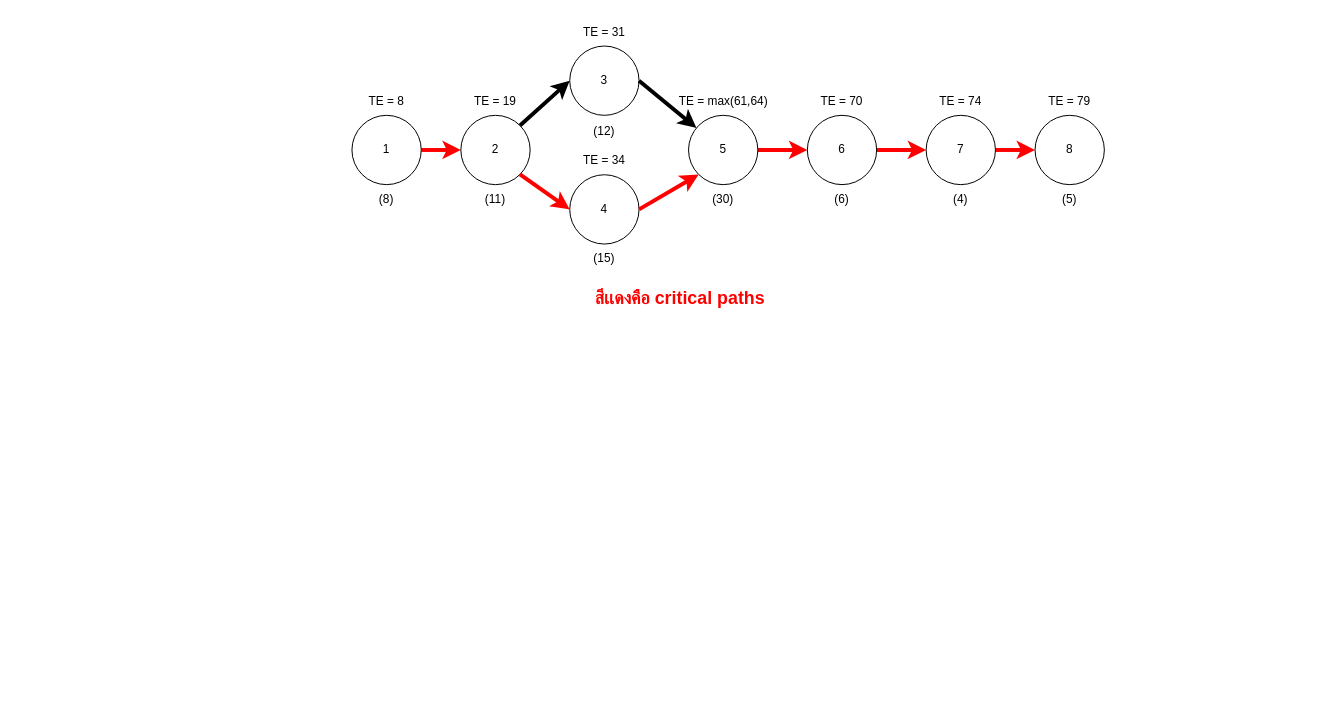
This is page "Activity Diagram" (7 of 9) of DFD.drawio from jarawin/carcare, a draw.io file, before an edit. Source tidied: cells renumbered, new cells numbered last; positions are measured from the earlier drawing's top-left corner, leaving out a move shared by most shapes. Both pictures are drawn from the tidied source at 99%, with x=0, y=0 at pixel (351, 17).
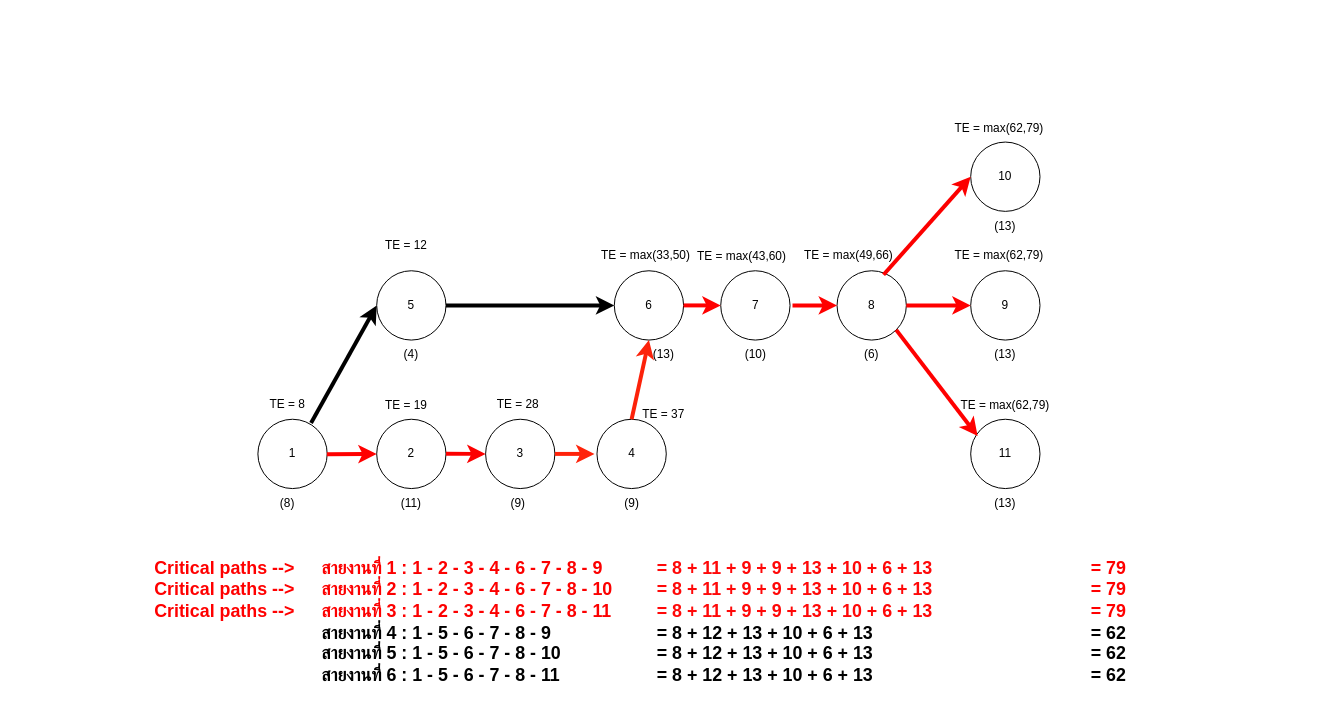
Above is the later version.

The edit, as a diff of the source:
```diff
@@
-    <mxCell id="2" style="edgeStyle=orthogonalEdgeStyle;rounded=0;jettySize=auto;html=1;entryX=0;entryY=0.5;entryDx=0;entryDy=0;strokeColor=#FF0000;strokeWidth=4;" parent="1" edge="1" source="3" target="4">
-      <mxGeometry relative="1" as="geometry" />
-    </mxCell>
     <mxCell id="3" value="1" style="ellipse;whiteSpace=wrap;html=1;" parent="1" vertex="1">
-      <mxGeometry y="99" width="70" height="70" as="geometry" />
+      <mxGeometry x="-95" y="406" width="70" height="70" as="geometry" />
     </mxCell>
     <mxCell id="4" value="2" style="ellipse;whiteSpace=wrap;html=1;" parent="1" vertex="1">
-      <mxGeometry x="110" y="99" width="70" height="70" as="geometry" />
+      <mxGeometry x="25" y="406" width="70" height="70" as="geometry" />
     </mxCell>
     <mxCell id="5" value="3" style="ellipse;whiteSpace=wrap;html=1;" parent="1" vertex="1">
-      <mxGeometry x="220" y="29" width="70" height="70" as="geometry" />
+      <mxGeometry x="135" y="406" width="70" height="70" as="geometry" />
     </mxCell>
     <mxCell id="6" value="4" style="ellipse;whiteSpace=wrap;html=1;" parent="1" vertex="1">
-      <mxGeometry x="220" y="159" width="70" height="70" as="geometry" />
+      <mxGeometry x="247.5" y="406" width="70" height="70" as="geometry" />
     </mxCell>
-    <mxCell id="7" style="edgeStyle=orthogonalEdgeStyle;rounded=0;jettySize=auto;html=1;exitX=1;exitY=0.5;exitDx=0;exitDy=0;entryX=0;entryY=0.5;entryDx=0;entryDy=0;strokeColor=#FF0000;strokeWidth=4;" parent="1" edge="1" source="8" target="10">
-      <mxGeometry relative="1" as="geometry" />
-    </mxCell>
     <mxCell id="8" value="5" style="ellipse;whiteSpace=wrap;html=1;" parent="1" vertex="1">
-      <mxGeometry x="340" y="99" width="70" height="70" as="geometry" />
+      <mxGeometry x="25" y="256" width="70" height="70" as="geometry" />
     </mxCell>
-    <mxCell id="9" style="edgeStyle=orthogonalEdgeStyle;rounded=0;jettySize=auto;html=1;exitX=1;exitY=0.5;exitDx=0;exitDy=0;entryX=0;entryY=0.5;entryDx=0;entryDy=0;strokeColor=#FF0000;strokeWidth=4;" parent="1" edge="1" source="10" target="12">
-      <mxGeometry relative="1" as="geometry" />
-    </mxCell>
     <mxCell id="10" value="6" style="ellipse;whiteSpace=wrap;html=1;" parent="1" vertex="1">
-      <mxGeometry x="460" y="99" width="70" height="70" as="geometry" />
+      <mxGeometry x="265" y="256" width="70" height="70" as="geometry" />
     </mxCell>
-    <mxCell id="11" style="edgeStyle=orthogonalEdgeStyle;rounded=0;jettySize=auto;html=1;exitX=1;exitY=0.5;exitDx=0;exitDy=0;entryX=0;entryY=0.5;entryDx=0;entryDy=0;strokeColor=#FF0000;strokeWidth=4;" parent="1" edge="1" source="12" target="13">
-      <mxGeometry relative="1" as="geometry" />
-    </mxCell>
     <mxCell id="12" value="7" style="ellipse;whiteSpace=wrap;html=1;" parent="1" vertex="1">
-      <mxGeometry x="580" y="99" width="70" height="70" as="geometry" />
+      <mxGeometry x="372.5" y="256" width="70" height="70" as="geometry" />
     </mxCell>
     <mxCell id="13" value="8" style="ellipse;whiteSpace=wrap;html=1;" parent="1" vertex="1">
-      <mxGeometry x="690" y="99" width="70" height="70" as="geometry" />
+      <mxGeometry x="490" y="256" width="70" height="70" as="geometry" />
     </mxCell>
-    <mxCell id="14" style="endArrow=classic;html=1;rounded=0;exitX=1;exitY=0;exitDx=0;exitDy=0;entryX=0;entryY=0.5;entryDx=0;entryDy=0;strokeWidth=4;" parent="1" edge="1" source="4" target="5">
-      <mxGeometry relative="1" as="geometry" />
-    </mxCell>
-    <mxCell id="15" style="endArrow=classic;html=1;rounded=0;exitX=1;exitY=1;exitDx=0;exitDy=0;entryX=0;entryY=0.5;entryDx=0;entryDy=0;strokeColor=#FF0000;strokeWidth=4;" parent="1" edge="1" source="4" target="6">
-      <mxGeometry relative="1" as="geometry" />
-    </mxCell>
-    <mxCell id="16" style="endArrow=classic;html=1;rounded=0;exitX=1;exitY=0.5;exitDx=0;exitDy=0;strokeWidth=4;" parent="1" edge="1" source="5" target="8">
-      <mxGeometry relative="1" as="geometry" />
-    </mxCell>
-    <mxCell id="17" style="endArrow=classic;html=1;rounded=0;exitX=1;exitY=0.5;exitDx=0;exitDy=0;entryX=0;entryY=1;entryDx=0;entryDy=0;strokeColor=#FF0000;strokeWidth=4;" parent="1" edge="1" source="6" target="8">
-      <mxGeometry relative="1" as="geometry" />
-    </mxCell>
+    <mxCell id="35" value="9" style="ellipse;whiteSpace=wrap;html=1;" parent="1" vertex="1">
+      <mxGeometry x="625" y="256" width="70" height="70" as="geometry" />
+    </mxCell>
+    <mxCell id="36" value="11" style="ellipse;whiteSpace=wrap;html=1;" parent="1" vertex="1">
+      <mxGeometry x="625" y="406" width="70" height="70" as="geometry" />
+    </mxCell>
+    <mxCell id="37" value="10" style="ellipse;whiteSpace=wrap;html=1;" parent="1" vertex="1">
+      <mxGeometry x="625" y="126" width="70" height="70" as="geometry" />
+    </mxCell>
+    <mxCell id="38" style="endArrow=classic;html=1;rounded=0;exitX=1;exitY=0;exitDx=0;exitDy=0;entryX=0;entryY=0.5;entryDx=0;entryDy=0;strokeWidth=4;strokeColor=#FF0000;" parent="1" edge="1" target="4">
+      <mxGeometry relative="1" as="geometry">
+        <mxPoint x="-25.3" y="441.3" as="sourcePoint" />
+      </mxGeometry>
+    </mxCell>
+    <mxCell id="39" style="endArrow=classic;html=1;rounded=0;exitX=1;exitY=0;exitDx=0;exitDy=0;strokeWidth=4;fillColor=#FF0000;strokeColor=#FC0000;" parent="1" edge="1">
+      <mxGeometry relative="1" as="geometry">
+        <mxPoint x="95" y="440.8" as="sourcePoint" />
+        <mxPoint x="135" y="441" as="targetPoint" />
+      </mxGeometry>
+    </mxCell>
+    <mxCell id="40" style="endArrow=classic;html=1;rounded=0;exitX=0.767;exitY=0.054;exitDx=0;exitDy=0;strokeWidth=4;entryX=0;entryY=0.5;entryDx=0;entryDy=0;exitPerimeter=0;" parent="1" edge="1" source="3" target="8">
+      <mxGeometry relative="1" as="geometry" />
+    </mxCell>
+    <mxCell id="41" style="endArrow=classic;html=1;rounded=0;exitX=0.5;exitY=0;exitDx=0;exitDy=0;strokeWidth=4;entryX=0.5;entryY=1;entryDx=0;entryDy=0;fillColor=#FF230A;strokeColor=#FC220A;" parent="1" edge="1" source="6" target="10">
+      <mxGeometry relative="1" as="geometry" />
+    </mxCell>
+    <mxCell id="42" style="endArrow=classic;html=1;rounded=0;exitX=1;exitY=0.5;exitDx=0;exitDy=0;strokeWidth=4;strokeColor=#FF230A;" parent="1" edge="1" source="5">
+      <mxGeometry relative="1" as="geometry">
+        <mxPoint x="245" y="441" as="targetPoint" />
+      </mxGeometry>
+    </mxCell>
+    <mxCell id="7" style="endArrow=classic;html=1;rounded=0;exitX=1;exitY=0.5;exitDx=0;exitDy=0;strokeWidth=4;entryX=0;entryY=0.5;entryDx=0;entryDy=0;" parent="1" edge="1" source="8" target="10">
+      <mxGeometry relative="1" as="geometry" />
+    </mxCell>
+    <mxCell id="9" style="endArrow=classic;html=1;rounded=0;exitX=1;exitY=0.5;exitDx=0;exitDy=0;strokeWidth=4;entryX=0;entryY=0.5;entryDx=0;entryDy=0;strokeColor=#FF0000;" parent="1" edge="1" source="10" target="12">
+      <mxGeometry relative="1" as="geometry" />
+    </mxCell>
+    <mxCell id="43" style="endArrow=classic;html=1;rounded=0;strokeWidth=4;entryX=0;entryY=0.5;entryDx=0;entryDy=0;strokeColor=#FF0000;" parent="1" edge="1" target="13">
+      <mxGeometry relative="1" as="geometry">
+        <mxPoint x="445" y="291" as="sourcePoint" />
+      </mxGeometry>
+    </mxCell>
+    <mxCell id="44" style="endArrow=classic;html=1;rounded=0;strokeWidth=4;entryX=0;entryY=0.5;entryDx=0;entryDy=0;exitX=1;exitY=0.5;exitDx=0;exitDy=0;strokeColor=#FF0000;" parent="1" edge="1" source="13" target="35">
+      <mxGeometry relative="1" as="geometry" />
+    </mxCell>
+    <mxCell id="45" style="endArrow=classic;html=1;rounded=0;strokeWidth=4;entryX=0.1;entryY=0.243;entryDx=0;entryDy=0;exitX=1;exitY=1;exitDx=0;exitDy=0;entryPerimeter=0;strokeColor=#FF0000;" parent="1" edge="1" source="13" target="36">
+      <mxGeometry relative="1" as="geometry" />
+    </mxCell>
+    <mxCell id="46" style="endArrow=classic;html=1;rounded=0;strokeWidth=4;entryX=0;entryY=0.5;entryDx=0;entryDy=0;exitX=0.671;exitY=0.057;exitDx=0;exitDy=0;exitPerimeter=0;strokeColor=#FC0000;" parent="1" edge="1" source="13" target="37">
+      <mxGeometry relative="1" as="geometry" />
+    </mxCell>
+    <mxCell id="26" value="(8)" style="text;html=1;strokeColor=none;fillColor=none;align=center;verticalAlign=middle;whiteSpace=wrap;rounded=0;" parent="1" vertex="1">
+      <mxGeometry x="-95" y="476" width="60" height="30" as="geometry" />
+    </mxCell>
+    <mxCell id="27" value="(11)" style="text;html=1;strokeColor=none;fillColor=none;align=center;verticalAlign=middle;whiteSpace=wrap;rounded=0;" parent="1" vertex="1">
+      <mxGeometry x="30" y="476" width="60" height="30" as="geometry" />
+    </mxCell>
+    <mxCell id="30" value="(4)" style="text;html=1;strokeColor=none;fillColor=none;align=center;verticalAlign=middle;whiteSpace=wrap;rounded=0;" parent="1" vertex="1">
+      <mxGeometry x="30" y="326" width="60" height="30" as="geometry" />
+    </mxCell>
+    <mxCell id="47" value="(9)" style="text;html=1;strokeColor=none;fillColor=none;align=center;verticalAlign=middle;whiteSpace=wrap;rounded=0;" parent="1" vertex="1">
+      <mxGeometry x="138" y="476" width="60" height="30" as="geometry" />
+    </mxCell>
+    <mxCell id="48" value="(9)" style="text;html=1;strokeColor=none;fillColor=none;align=center;verticalAlign=middle;whiteSpace=wrap;rounded=0;" parent="1" vertex="1">
+      <mxGeometry x="252.5" y="476" width="60" height="30" as="geometry" />
+    </mxCell>
+    <mxCell id="49" value="(13)" style="text;html=1;strokeColor=none;fillColor=none;align=center;verticalAlign=middle;whiteSpace=wrap;rounded=0;" parent="1" vertex="1">
+      <mxGeometry x="285" y="326" width="60" height="30" as="geometry" />
+    </mxCell>
+    <mxCell id="50" value="(10)" style="text;html=1;strokeColor=none;fillColor=none;align=center;verticalAlign=middle;whiteSpace=wrap;rounded=0;" parent="1" vertex="1">
+      <mxGeometry x="377.5" y="326" width="60" height="30" as="geometry" />
+    </mxCell>
+    <mxCell id="32" value="(6)" style="text;html=1;strokeColor=none;fillColor=none;align=center;verticalAlign=middle;whiteSpace=wrap;rounded=0;" parent="1" vertex="1">
+      <mxGeometry x="495" y="326" width="60" height="30" as="geometry" />
+    </mxCell>
+    <mxCell id="51" value="(13)" style="text;html=1;strokeColor=none;fillColor=none;align=center;verticalAlign=middle;whiteSpace=wrap;rounded=0;" parent="1" vertex="1">
+      <mxGeometry x="630" y="476" width="60" height="30" as="geometry" />
+    </mxCell>
+    <mxCell id="52" value="(13)" style="text;html=1;strokeColor=none;fillColor=none;align=center;verticalAlign=middle;whiteSpace=wrap;rounded=0;" parent="1" vertex="1">
+      <mxGeometry x="630" y="326" width="60" height="30" as="geometry" />
+    </mxCell>
+    <mxCell id="53" value="(13)" style="text;html=1;strokeColor=none;fillColor=none;align=center;verticalAlign=middle;whiteSpace=wrap;rounded=0;" parent="1" vertex="1">
+      <mxGeometry x="630" y="196" width="60" height="30" as="geometry" />
+    </mxCell>
     <mxCell id="18" value="TE = 8" style="text;html=1;strokeColor=none;fillColor=none;align=center;verticalAlign=middle;whiteSpace=wrap;rounded=0;" parent="1" vertex="1">
-      <mxGeometry x="5" y="70" width="60" height="29" as="geometry" />
+      <mxGeometry x="-95" y="376" width="60" height="29" as="geometry" />
     </mxCell>
     <mxCell id="19" value="TE = 19" style="text;html=1;strokeColor=none;fillColor=none;align=center;verticalAlign=middle;whiteSpace=wrap;rounded=0;" parent="1" vertex="1">
-      <mxGeometry x="115" y="70" width="60" height="29" as="geometry" />
+      <mxGeometry x="25" y="377" width="60" height="29" as="geometry" />
     </mxCell>
-    <mxCell id="20" value="TE = 31" style="text;html=1;strokeColor=none;fillColor=none;align=center;verticalAlign=middle;whiteSpace=wrap;rounded=0;" parent="1" vertex="1">
-      <mxGeometry x="225" width="60" height="29" as="geometry" />
-    </mxCell>
-    <mxCell id="21" value="TE = 34" style="text;html=1;strokeColor=none;fillColor=none;align=center;verticalAlign=middle;whiteSpace=wrap;rounded=0;" parent="1" vertex="1">
-      <mxGeometry x="225" y="130" width="60" height="29" as="geometry" />
-    </mxCell>
-    <mxCell id="22" value="TE = max(61,64)" style="text;html=1;strokeColor=none;fillColor=none;align=center;verticalAlign=middle;whiteSpace=wrap;rounded=0;" parent="1" vertex="1">
-      <mxGeometry x="312.5" y="70" width="125" height="29" as="geometry" />
-    </mxCell>
-    <mxCell id="23" value="TE = 70" style="text;html=1;strokeColor=none;fillColor=none;align=center;verticalAlign=middle;whiteSpace=wrap;rounded=0;" parent="1" vertex="1">
-      <mxGeometry x="465" y="70" width="60" height="29" as="geometry" />
-    </mxCell>
-    <mxCell id="24" value="TE = 74" style="text;html=1;strokeColor=none;fillColor=none;align=center;verticalAlign=middle;whiteSpace=wrap;rounded=0;" parent="1" vertex="1">
-      <mxGeometry x="585" y="70" width="60" height="29" as="geometry" />
-    </mxCell>
-    <mxCell id="25" value="TE = 79" style="text;html=1;strokeColor=none;fillColor=none;align=center;verticalAlign=middle;whiteSpace=wrap;rounded=0;" parent="1" vertex="1">
-      <mxGeometry x="695" y="70" width="60" height="29" as="geometry" />
-    </mxCell>
-    <mxCell id="26" value="(8)" style="text;html=1;strokeColor=none;fillColor=none;align=center;verticalAlign=middle;whiteSpace=wrap;rounded=0;" parent="1" vertex="1">
-      <mxGeometry x="5" y="169" width="60" height="30" as="geometry" />
-    </mxCell>
-    <mxCell id="27" value="(11)" style="text;html=1;strokeColor=none;fillColor=none;align=center;verticalAlign=middle;whiteSpace=wrap;rounded=0;" parent="1" vertex="1">
-      <mxGeometry x="115" y="169" width="60" height="30" as="geometry" />
-    </mxCell>
-    <mxCell id="28" value="(12)" style="text;html=1;strokeColor=none;fillColor=none;align=center;verticalAlign=middle;whiteSpace=wrap;rounded=0;" parent="1" vertex="1">
-      <mxGeometry x="225" y="100" width="60" height="30" as="geometry" />
-    </mxCell>
-    <mxCell id="29" value="(15)" style="text;html=1;strokeColor=none;fillColor=none;align=center;verticalAlign=middle;whiteSpace=wrap;rounded=0;" parent="1" vertex="1">
-      <mxGeometry x="225" y="229" width="60" height="30" as="geometry" />
-    </mxCell>
-    <mxCell id="30" value="(4)" style="text;html=1;strokeColor=none;fillColor=none;align=center;verticalAlign=middle;whiteSpace=wrap;rounded=0;" parent="1" vertex="1">
-      <mxGeometry x="585" y="169" width="60" height="30" as="geometry" />
-    </mxCell>
-    <mxCell id="31" value="(30)" style="text;html=1;strokeColor=none;fillColor=none;align=center;verticalAlign=middle;whiteSpace=wrap;rounded=0;" parent="1" vertex="1">
-      <mxGeometry x="345" y="169" width="60" height="30" as="geometry" />
-    </mxCell>
-    <mxCell id="32" value="(6)" style="text;html=1;strokeColor=none;fillColor=none;align=center;verticalAlign=middle;whiteSpace=wrap;rounded=0;" parent="1" vertex="1">
-      <mxGeometry x="465" y="169" width="60" height="30" as="geometry" />
-    </mxCell>
-    <mxCell id="33" value="(5)" style="text;html=1;strokeColor=none;fillColor=none;align=center;verticalAlign=middle;whiteSpace=wrap;rounded=0;" parent="1" vertex="1">
-      <mxGeometry x="695" y="169" width="60" height="30" as="geometry" />
-    </mxCell>
-    <mxCell id="34" value="&lt;font color=&quot;#ff0000&quot; style=&quot;font-size: 18px;&quot;&gt;&lt;b&gt;สีเเดงคือ critical paths&lt;/b&gt;&lt;/font&gt;" style="text;html=1;strokeColor=none;fillColor=none;align=center;verticalAlign=middle;whiteSpace=wrap;rounded=0;" parent="1" vertex="1">
-      <mxGeometry x="183" y="229" width="297" height="110" as="geometry" />
-    </mxCell>
+    <mxCell id="54" value="TE = 12" style="text;html=1;strokeColor=none;fillColor=none;align=center;verticalAlign=middle;whiteSpace=wrap;rounded=0;" parent="1" vertex="1">
+      <mxGeometry x="25" y="216" width="60" height="29" as="geometry" />
+    </mxCell>
+    <mxCell id="55" value="TE = 28" style="text;html=1;strokeColor=none;fillColor=none;align=center;verticalAlign=middle;whiteSpace=wrap;rounded=0;" parent="1" vertex="1">
+      <mxGeometry x="138" y="376" width="60" height="29" as="geometry" />
+    </mxCell>
+    <mxCell id="56" value="TE = 37" style="text;html=1;strokeColor=none;fillColor=none;align=center;verticalAlign=middle;whiteSpace=wrap;rounded=0;" parent="1" vertex="1">
+      <mxGeometry x="285" y="386" width="60" height="29" as="geometry" />
+    </mxCell>
+    <mxCell id="57" value="TE = max(33,50)" style="text;html=1;strokeColor=none;fillColor=none;align=center;verticalAlign=middle;whiteSpace=wrap;rounded=0;" parent="1" vertex="1">
+      <mxGeometry x="237.5" y="226" width="117.5" height="29" as="geometry" />
+    </mxCell>
+    <mxCell id="58" value="TE = max(43,60)" style="text;html=1;strokeColor=none;fillColor=none;align=center;verticalAlign=middle;whiteSpace=wrap;rounded=0;" parent="1" vertex="1">
+      <mxGeometry x="335" y="227" width="117.5" height="29" as="geometry" />
+    </mxCell>
+    <mxCell id="59" value="TE = max(49,66)" style="text;html=1;strokeColor=none;fillColor=none;align=center;verticalAlign=middle;whiteSpace=wrap;rounded=0;" parent="1" vertex="1">
+      <mxGeometry x="442.5" y="226" width="117.5" height="29" as="geometry" />
+    </mxCell>
+    <mxCell id="60" value="TE = max(62,79)" style="text;html=1;strokeColor=none;fillColor=none;align=center;verticalAlign=middle;whiteSpace=wrap;rounded=0;" parent="1" vertex="1">
+      <mxGeometry x="595" y="97" width="117.5" height="29" as="geometry" />
+    </mxCell>
+    <mxCell id="61" value="TE = max(62,79)" style="text;html=1;strokeColor=none;fillColor=none;align=center;verticalAlign=middle;whiteSpace=wrap;rounded=0;" parent="1" vertex="1">
+      <mxGeometry x="595" y="226" width="117.5" height="29" as="geometry" />
+    </mxCell>
+    <mxCell id="62" value="TE = max(62,79)" style="text;html=1;strokeColor=none;fillColor=none;align=center;verticalAlign=middle;whiteSpace=wrap;rounded=0;" parent="1" vertex="1">
+      <mxGeometry x="601.2" y="377" width="117.5" height="29" as="geometry" />
+    </mxCell>
+    <mxCell id="63" value="&lt;div style=&quot;text-align: left;&quot;&gt;&lt;b style=&quot;font-size: 18px; background-color: initial;&quot;&gt;&lt;font color=&quot;#fc0000&quot;&gt;สายงานที่ 1 : 1 - 2 - 3 - 4 - 6 - 7 - 8 - 9&lt;/font&gt;&lt;/b&gt;&lt;/div&gt;&lt;font style=&quot;font-size: 18px;&quot;&gt;&lt;div style=&quot;text-align: left;&quot;&gt;&lt;b style=&quot;background-color: initial;&quot;&gt;&lt;font color=&quot;#fc0000&quot;&gt;สายงานที่ 2 : 1 - 2 - 3 - 4 - 6 - 7 - 8 - 10&lt;/font&gt;&lt;/b&gt;&lt;/div&gt;&lt;b&gt;&lt;div style=&quot;text-align: left;&quot;&gt;&lt;b style=&quot;background-color: initial;&quot;&gt;&lt;font color=&quot;#fc0000&quot;&gt;สายงานที่ 3 : 1 - 2 - 3 - 4 - 6 - 7 - 8 - 11&lt;/font&gt;&lt;/b&gt;&lt;/div&gt;&lt;/b&gt;&lt;b&gt;&lt;div style=&quot;text-align: left;&quot;&gt;&lt;b style=&quot;background-color: initial;&quot;&gt;สายงานที่ 4 : 1 - 5 - 6 - 7 - 8 - 9&lt;/b&gt;&lt;/div&gt;&lt;/b&gt;&lt;b&gt;&lt;div style=&quot;text-align: left;&quot;&gt;&lt;b style=&quot;background-color: initial;&quot;&gt;สายงานที่ 5 : 1 - 5 - 6 - 7 - 8 - 10&lt;/b&gt;&lt;/div&gt;&lt;/b&gt;&lt;b&gt;&lt;div style=&quot;text-align: left;&quot;&gt;&lt;b style=&quot;background-color: initial;&quot;&gt;สายงานที่ 6 : 1 - 5 - 6 - 7 - 8 - 11&lt;/b&gt;&lt;/div&gt;&lt;/b&gt;&lt;/font&gt;" style="text;html=1;strokeColor=none;fillColor=none;align=center;verticalAlign=middle;whiteSpace=wrap;rounded=0;fontColor=#000000;" parent="1" vertex="1">
+      <mxGeometry x="-93.5" y="556" width="418.5" height="110" as="geometry" />
+    </mxCell>
+    <mxCell id="64" value="&lt;div style=&quot;text-align: left;&quot;&gt;&lt;span style=&quot;font-size: 18px;&quot;&gt;&lt;b&gt;&lt;font color=&quot;#ff0808&quot;&gt;= 8 + 11 + 9 + 9 + 13 + 10 + 6 + 13&lt;/font&gt;&lt;/b&gt;&lt;/span&gt;&lt;/div&gt;&lt;div style=&quot;text-align: left;&quot;&gt;&lt;span style=&quot;font-size: 18px;&quot;&gt;&lt;b&gt;&lt;font color=&quot;#ff0808&quot;&gt;= 8 + 11 + 9 + 9 + 13 + 10 + 6 + 13&lt;/font&gt;&lt;/b&gt;&lt;/span&gt;&lt;/div&gt;&lt;div style=&quot;text-align: left;&quot;&gt;&lt;span style=&quot;font-size: 18px;&quot;&gt;&lt;b&gt;&lt;font color=&quot;#ff0808&quot;&gt;= 8 + 11 + 9 + 9 + 13 + 10 + 6 + 13&lt;/font&gt;&lt;/b&gt;&lt;/span&gt;&lt;/div&gt;&lt;div style=&quot;text-align: left;&quot;&gt;&lt;span style=&quot;font-size: 18px;&quot;&gt;&lt;b&gt;= 8 + 12 + 13 + 10 + 6 + 13&lt;/b&gt;&lt;/span&gt;&lt;/div&gt;&lt;div style=&quot;text-align: left;&quot;&gt;&lt;span style=&quot;font-size: 18px;&quot;&gt;&lt;b&gt;= 8 + 12 + 13 + 10 + 6 + 13&lt;/b&gt;&lt;/span&gt;&lt;/div&gt;&lt;div style=&quot;text-align: left;&quot;&gt;&lt;span style=&quot;font-size: 18px;&quot;&gt;&lt;b&gt;= 8 + 12 + 13 + 10 + 6 + 13&lt;/b&gt;&lt;/span&gt;&lt;/div&gt;" style="text;html=1;strokeColor=none;fillColor=none;align=center;verticalAlign=middle;whiteSpace=wrap;rounded=0;fontColor=#000000;" parent="1" vertex="1">
+      <mxGeometry x="237.5" y="556" width="418.5" height="110" as="geometry" />
+    </mxCell>
+    <mxCell id="65" value="&lt;div style=&quot;text-align: left;&quot;&gt;&lt;span style=&quot;font-size: 18px;&quot;&gt;&lt;b&gt;&lt;font color=&quot;#ff0000&quot;&gt;= 79&lt;/font&gt;&lt;/b&gt;&lt;/span&gt;&lt;/div&gt;&lt;div style=&quot;text-align: left;&quot;&gt;&lt;span style=&quot;font-size: 18px;&quot;&gt;&lt;b&gt;&lt;font color=&quot;#ff0000&quot;&gt;= 79&lt;/font&gt;&lt;/b&gt;&lt;/span&gt;&lt;/div&gt;&lt;div style=&quot;text-align: left;&quot;&gt;&lt;span style=&quot;font-size: 18px;&quot;&gt;&lt;b&gt;&lt;font color=&quot;#ff0000&quot;&gt;= 79&lt;/font&gt;&lt;/b&gt;&lt;/span&gt;&lt;/div&gt;&lt;div style=&quot;text-align: left;&quot;&gt;&lt;span style=&quot;font-size: 18px;&quot;&gt;&lt;b&gt;= 62&lt;/b&gt;&lt;/span&gt;&lt;/div&gt;&lt;div style=&quot;text-align: left;&quot;&gt;&lt;span style=&quot;font-size: 18px;&quot;&gt;&lt;b&gt;= 62&lt;/b&gt;&lt;/span&gt;&lt;/div&gt;&lt;div style=&quot;text-align: left;&quot;&gt;&lt;span style=&quot;font-size: 18px;&quot;&gt;&lt;b&gt;= 62&lt;/b&gt;&lt;/span&gt;&lt;/div&gt;" style="text;html=1;strokeColor=none;fillColor=none;align=center;verticalAlign=middle;whiteSpace=wrap;rounded=0;fontColor=#000000;" parent="1" vertex="1">
+      <mxGeometry x="555" y="556" width="418.5" height="110" as="geometry" />
+    </mxCell>
+    <mxCell id="66" value="&lt;font color=&quot;#ff0000&quot;&gt;&lt;span style=&quot;font-size: 18px;&quot;&gt;&lt;b&gt;Critical paths --&amp;gt;&lt;br&gt;&lt;/b&gt;&lt;/span&gt;&lt;/font&gt;&lt;b style=&quot;color: rgb(255, 0, 0); font-size: 18px;&quot;&gt;Critical paths --&amp;gt;&lt;br&gt;&lt;/b&gt;&lt;b style=&quot;color: rgb(255, 0, 0); font-size: 18px;&quot;&gt;Critical paths --&amp;gt;&lt;br&gt;&lt;/b&gt;&lt;font color=&quot;#ff0000&quot;&gt;&lt;span style=&quot;font-size: 18px;&quot;&gt;&lt;b&gt;&lt;br&gt;&lt;br&gt;&lt;br&gt;&lt;/b&gt;&lt;/span&gt;&lt;/font&gt;" style="text;html=1;strokeColor=none;fillColor=none;align=center;verticalAlign=middle;whiteSpace=wrap;rounded=0;fontColor=#000000;" parent="1" vertex="1">
+      <mxGeometry x="-338.5" y="556" width="418.5" height="110" as="geometry" />
+    </mxCell>
```
